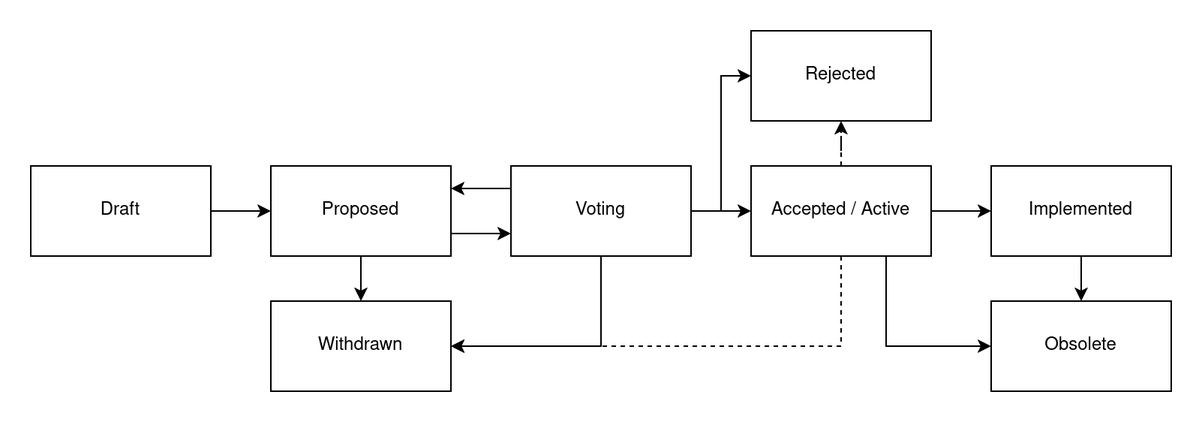
FreeCAD/FreeCAD-Enhancement-Proposals keeps this draw.io diagram as FEPs/assets/FEP-0001-process.png. Above is the earlier version. Source tidied: cells renumbered, new cells last; positions are measured from the earlier drawing's top-left corner, leaving out a move shared by most shapes. Source of this version:
```xml
<mxGraphModel>
  <root>
    <mxCell id="0" />
    <mxCell id="1" parent="0" />
    <mxCell id="2" style="edgeStyle=orthogonalEdgeStyle;rounded=0;jettySize=auto;html=1;" parent="1" edge="1" source="3" target="6">
      <mxGeometry relative="1" as="geometry" />
    </mxCell>
    <mxCell id="3" value="Draft" style="rounded=0;whiteSpace=wrap;html=1;" parent="1" vertex="1">
      <mxGeometry y="90" width="120" height="60" as="geometry" />
    </mxCell>
    <mxCell id="4" style="edgeStyle=orthogonalEdgeStyle;rounded=0;jettySize=auto;html=1;" parent="1" edge="1" source="6" target="12">
      <mxGeometry relative="1" as="geometry" />
    </mxCell>
    <mxCell id="5" style="edgeStyle=orthogonalEdgeStyle;rounded=0;jettySize=auto;html=1;exitX=1;exitY=0.75;exitDx=0;exitDy=0;entryX=0;entryY=0.75;entryDx=0;entryDy=0;" parent="1" edge="1" source="6" target="11">
      <mxGeometry relative="1" as="geometry" />
    </mxCell>
    <mxCell id="6" value="Proposed" style="rounded=0;whiteSpace=wrap;html=1;" parent="1" vertex="1">
      <mxGeometry x="160" y="90" width="120" height="60" as="geometry" />
    </mxCell>
    <mxCell id="7" style="edgeStyle=orthogonalEdgeStyle;rounded=0;jettySize=auto;html=1;entryX=1;entryY=0.5;entryDx=0;entryDy=0;" parent="1" edge="1" source="11" target="12">
      <mxGeometry relative="1" as="geometry">
        <Array as="points">
          <mxPoint x="380" y="210" />
        </Array>
      </mxGeometry>
    </mxCell>
    <mxCell id="8" style="edgeStyle=orthogonalEdgeStyle;rounded=0;jettySize=auto;html=1;" parent="1" edge="1" source="11" target="17">
      <mxGeometry relative="1" as="geometry" />
    </mxCell>
    <mxCell id="9" style="edgeStyle=orthogonalEdgeStyle;rounded=0;jettySize=auto;html=1;exitX=1;exitY=0.5;exitDx=0;exitDy=0;entryX=0;entryY=0.5;entryDx=0;entryDy=0;" parent="1" edge="1" source="11" target="18">
      <mxGeometry relative="1" as="geometry" />
    </mxCell>
    <mxCell id="10" style="edgeStyle=orthogonalEdgeStyle;rounded=0;jettySize=auto;html=1;exitX=0;exitY=0.25;exitDx=0;exitDy=0;entryX=1;entryY=0.25;entryDx=0;entryDy=0;" parent="1" edge="1" source="11" target="6">
      <mxGeometry relative="1" as="geometry" />
    </mxCell>
    <mxCell id="11" value="Voting" style="rounded=0;whiteSpace=wrap;html=1;" parent="1" vertex="1">
      <mxGeometry x="320" y="90" width="120" height="60" as="geometry" />
    </mxCell>
    <mxCell id="12" value="Withdrawn" style="rounded=0;whiteSpace=wrap;html=1;" parent="1" vertex="1">
      <mxGeometry x="160" y="180" width="120" height="60" as="geometry" />
    </mxCell>
    <mxCell id="13" style="edgeStyle=orthogonalEdgeStyle;rounded=0;jettySize=auto;html=1;entryX=1;entryY=0.5;entryDx=0;entryDy=0;dashed=1;" parent="1" edge="1" source="17" target="12">
      <mxGeometry relative="1" as="geometry">
        <Array as="points">
          <mxPoint x="540" y="210" />
        </Array>
      </mxGeometry>
    </mxCell>
    <mxCell id="14" style="edgeStyle=orthogonalEdgeStyle;rounded=0;jettySize=auto;html=1;dashed=1;entryX=0.5;entryY=1;entryDx=0;entryDy=0;" parent="1" edge="1" source="17" target="18">
      <mxGeometry relative="1" as="geometry" />
    </mxCell>
    <mxCell id="15" style="edgeStyle=orthogonalEdgeStyle;rounded=0;jettySize=auto;html=1;" parent="1" edge="1" source="17" target="20">
      <mxGeometry relative="1" as="geometry" />
    </mxCell>
    <mxCell id="16" style="edgeStyle=orthogonalEdgeStyle;rounded=0;jettySize=auto;html=1;exitX=0.75;exitY=1;exitDx=0;exitDy=0;entryX=0;entryY=0.5;entryDx=0;entryDy=0;" parent="1" edge="1" source="17" target="21">
      <mxGeometry relative="1" as="geometry" />
    </mxCell>
    <mxCell id="17" value="Accepted / Active" style="rounded=0;whiteSpace=wrap;html=1;" parent="1" vertex="1">
      <mxGeometry x="480" y="90" width="120" height="60" as="geometry" />
    </mxCell>
    <mxCell id="18" value="Rejected" style="rounded=0;whiteSpace=wrap;html=1;" parent="1" vertex="1">
      <mxGeometry x="480" width="120" height="60" as="geometry" />
    </mxCell>
    <mxCell id="19" style="edgeStyle=orthogonalEdgeStyle;rounded=0;jettySize=auto;html=1;" parent="1" edge="1" source="20" target="21">
      <mxGeometry relative="1" as="geometry" />
    </mxCell>
    <mxCell id="20" value="Implemented" style="rounded=0;whiteSpace=wrap;html=1;" parent="1" vertex="1">
      <mxGeometry x="640" y="90" width="120" height="60" as="geometry" />
    </mxCell>
    <mxCell id="21" value="Obsolete" style="rounded=0;whiteSpace=wrap;html=1;" parent="1" vertex="1">
      <mxGeometry x="640" y="180" width="120" height="60" as="geometry" />
    </mxCell>
  </root>
</mxGraphModel>
```
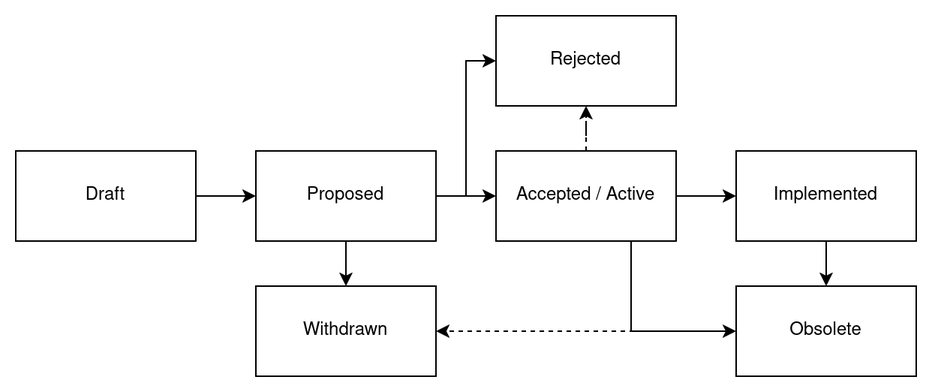
Above is the later version.

Commit message:
Update process diagram

The edit, as a diff of the source:
```diff
@@ -2,73 +2,57 @@
   <root>
     <mxCell id="0" />
     <mxCell id="1" parent="0" />
-    <mxCell id="2" style="edgeStyle=orthogonalEdgeStyle;rounded=0;jettySize=auto;html=1;" parent="1" edge="1" source="3" target="6">
+    <mxCell id="2" style="edgeStyle=orthogonalEdgeStyle;rounded=0;jettySize=auto;html=1;" parent="1" edge="1" source="3" target="7">
       <mxGeometry relative="1" as="geometry" />
     </mxCell>
     <mxCell id="3" value="Draft" style="rounded=0;whiteSpace=wrap;html=1;" parent="1" vertex="1">
       <mxGeometry y="90" width="120" height="60" as="geometry" />
     </mxCell>
-    <mxCell id="4" style="edgeStyle=orthogonalEdgeStyle;rounded=0;jettySize=auto;html=1;" parent="1" edge="1" source="6" target="12">
+    <mxCell id="4" style="edgeStyle=orthogonalEdgeStyle;rounded=0;jettySize=auto;html=1;" parent="1" edge="1" source="7" target="8">
       <mxGeometry relative="1" as="geometry" />
     </mxCell>
-    <mxCell id="5" style="edgeStyle=orthogonalEdgeStyle;rounded=0;jettySize=auto;html=1;exitX=1;exitY=0.75;exitDx=0;exitDy=0;entryX=0;entryY=0.75;entryDx=0;entryDy=0;" parent="1" edge="1" source="6" target="11">
+    <mxCell id="5" style="edgeStyle=orthogonalEdgeStyle;rounded=0;jettySize=auto;html=1;entryX=0;entryY=0.5;entryDx=0;entryDy=0;" parent="1" edge="1" source="7" target="14">
       <mxGeometry relative="1" as="geometry" />
     </mxCell>
-    <mxCell id="6" value="Proposed" style="rounded=0;whiteSpace=wrap;html=1;" parent="1" vertex="1">
-      <mxGeometry x="160" y="90" width="120" height="60" as="geometry" />
+    <mxCell id="6" style="edgeStyle=orthogonalEdgeStyle;rounded=0;jettySize=auto;html=1;" parent="1" edge="1" source="7" target="13">
+      <mxGeometry relative="1" as="geometry" />
     </mxCell>
-    <mxCell id="7" style="edgeStyle=orthogonalEdgeStyle;rounded=0;jettySize=auto;html=1;entryX=1;entryY=0.5;entryDx=0;entryDy=0;" parent="1" edge="1" source="11" target="12">
-      <mxGeometry relative="1" as="geometry">
-        <Array as="points">
-          <mxPoint x="380" y="210" />
-        </Array>
-      </mxGeometry>
+    <mxCell id="7" value="Proposed" style="rounded=0;whiteSpace=wrap;html=1;" parent="1" vertex="1">
+      <mxGeometry x="160" y="90" width="120" height="60" as="geometry" />
     </mxCell>
-    <mxCell id="8" style="edgeStyle=orthogonalEdgeStyle;rounded=0;jettySize=auto;html=1;" parent="1" edge="1" source="11" target="17">
-      <mxGeometry relative="1" as="geometry" />
+    <mxCell id="8" value="Withdrawn" style="rounded=0;whiteSpace=wrap;html=1;" parent="1" vertex="1">
+      <mxGeometry x="160" y="180" width="120" height="60" as="geometry" />
     </mxCell>
-    <mxCell id="9" style="edgeStyle=orthogonalEdgeStyle;rounded=0;jettySize=auto;html=1;exitX=1;exitY=0.5;exitDx=0;exitDy=0;entryX=0;entryY=0.5;entryDx=0;entryDy=0;" parent="1" edge="1" source="11" target="18">
-      <mxGeometry relative="1" as="geometry" />
+    <mxCell id="9" style="edgeStyle=orthogonalEdgeStyle;rounded=0;jettySize=auto;html=1;entryX=1;entryY=0.5;entryDx=0;entryDy=0;dashed=1;" parent="1" edge="1" source="13" target="8">
+      <mxGeometry relative="1" as="geometry">
+        <Array as="points">
+          <mxPoint x="540" y="210" />
+        </Array>
+      </mxGeometry>
     </mxCell>
-    <mxCell id="10" style="edgeStyle=orthogonalEdgeStyle;rounded=0;jettySize=auto;html=1;exitX=0;exitY=0.25;exitDx=0;exitDy=0;entryX=1;entryY=0.25;entryDx=0;entryDy=0;" parent="1" edge="1" source="11" target="6">
+    <mxCell id="10" style="edgeStyle=orthogonalEdgeStyle;rounded=0;jettySize=auto;html=1;dashed=1;entryX=0.5;entryY=1;entryDx=0;entryDy=0;" parent="1" edge="1" source="13" target="14">
       <mxGeometry relative="1" as="geometry" />
     </mxCell>
-    <mxCell id="11" value="Voting" style="rounded=0;whiteSpace=wrap;html=1;" parent="1" vertex="1">
-      <mxGeometry x="320" y="90" width="120" height="60" as="geometry" />
+    <mxCell id="11" style="edgeStyle=orthogonalEdgeStyle;rounded=0;jettySize=auto;html=1;" parent="1" edge="1" source="13" target="16">
+      <mxGeometry relative="1" as="geometry" />
     </mxCell>
-    <mxCell id="12" value="Withdrawn" style="rounded=0;whiteSpace=wrap;html=1;" parent="1" vertex="1">
-      <mxGeometry x="160" y="180" width="120" height="60" as="geometry" />
+    <mxCell id="12" style="edgeStyle=orthogonalEdgeStyle;rounded=0;jettySize=auto;html=1;exitX=0.75;exitY=1;exitDx=0;exitDy=0;entryX=0;entryY=0.5;entryDx=0;entryDy=0;" parent="1" edge="1" source="13" target="17">
+      <mxGeometry relative="1" as="geometry" />
     </mxCell>
-    <mxCell id="13" style="edgeStyle=orthogonalEdgeStyle;rounded=0;jettySize=auto;html=1;entryX=1;entryY=0.5;entryDx=0;entryDy=0;dashed=1;" parent="1" edge="1" source="17" target="12">
-      <mxGeometry relative="1" as="geometry">
-        <Array as="points">
-          <mxPoint x="540" y="210" />
-        </Array>
-      </mxGeometry>
+    <mxCell id="13" value="Accepted / Active" style="rounded=0;whiteSpace=wrap;html=1;" parent="1" vertex="1">
+      <mxGeometry x="320" y="90" width="120" height="60" as="geometry" />
     </mxCell>
-    <mxCell id="14" style="edgeStyle=orthogonalEdgeStyle;rounded=0;jettySize=auto;html=1;dashed=1;entryX=0.5;entryY=1;entryDx=0;entryDy=0;" parent="1" edge="1" source="17" target="18">
-      <mxGeometry relative="1" as="geometry" />
+    <mxCell id="14" value="Rejected" style="rounded=0;whiteSpace=wrap;html=1;" parent="1" vertex="1">
+      <mxGeometry x="320" width="120" height="60" as="geometry" />
     </mxCell>
-    <mxCell id="15" style="edgeStyle=orthogonalEdgeStyle;rounded=0;jettySize=auto;html=1;" parent="1" edge="1" source="17" target="20">
+    <mxCell id="15" style="edgeStyle=orthogonalEdgeStyle;rounded=0;jettySize=auto;html=1;" parent="1" edge="1" source="16" target="17">
       <mxGeometry relative="1" as="geometry" />
     </mxCell>
-    <mxCell id="16" style="edgeStyle=orthogonalEdgeStyle;rounded=0;jettySize=auto;html=1;exitX=0.75;exitY=1;exitDx=0;exitDy=0;entryX=0;entryY=0.5;entryDx=0;entryDy=0;" parent="1" edge="1" source="17" target="21">
-      <mxGeometry relative="1" as="geometry" />
+    <mxCell id="16" value="Implemented" style="rounded=0;whiteSpace=wrap;html=1;" parent="1" vertex="1">
+      <mxGeometry x="480" y="90" width="120" height="60" as="geometry" />
     </mxCell>
-    <mxCell id="17" value="Accepted / Active" style="rounded=0;whiteSpace=wrap;html=1;" parent="1" vertex="1">
-      <mxGeometry x="480" y="90" width="120" height="60" as="geometry" />
+    <mxCell id="17" value="Obsolete" style="rounded=0;whiteSpace=wrap;html=1;" parent="1" vertex="1">
+      <mxGeometry x="480" y="180" width="120" height="60" as="geometry" />
     </mxCell>
-    <mxCell id="18" value="Rejected" style="rounded=0;whiteSpace=wrap;html=1;" parent="1" vertex="1">
-      <mxGeometry x="480" width="120" height="60" as="geometry" />
-    </mxCell>
-    <mxCell id="19" style="edgeStyle=orthogonalEdgeStyle;rounded=0;jettySize=auto;html=1;" parent="1" edge="1" source="20" target="21">
-      <mxGeometry relative="1" as="geometry" />
-    </mxCell>
-    <mxCell id="20" value="Implemented" style="rounded=0;whiteSpace=wrap;html=1;" parent="1" vertex="1">
-      <mxGeometry x="640" y="90" width="120" height="60" as="geometry" />
-    </mxCell>
-    <mxCell id="21" value="Obsolete" style="rounded=0;whiteSpace=wrap;html=1;" parent="1" vertex="1">
-      <mxGeometry x="640" y="180" width="120" height="60" as="geometry" />
-    </mxCell>
   </root>
 </mxGraphModel>
```
